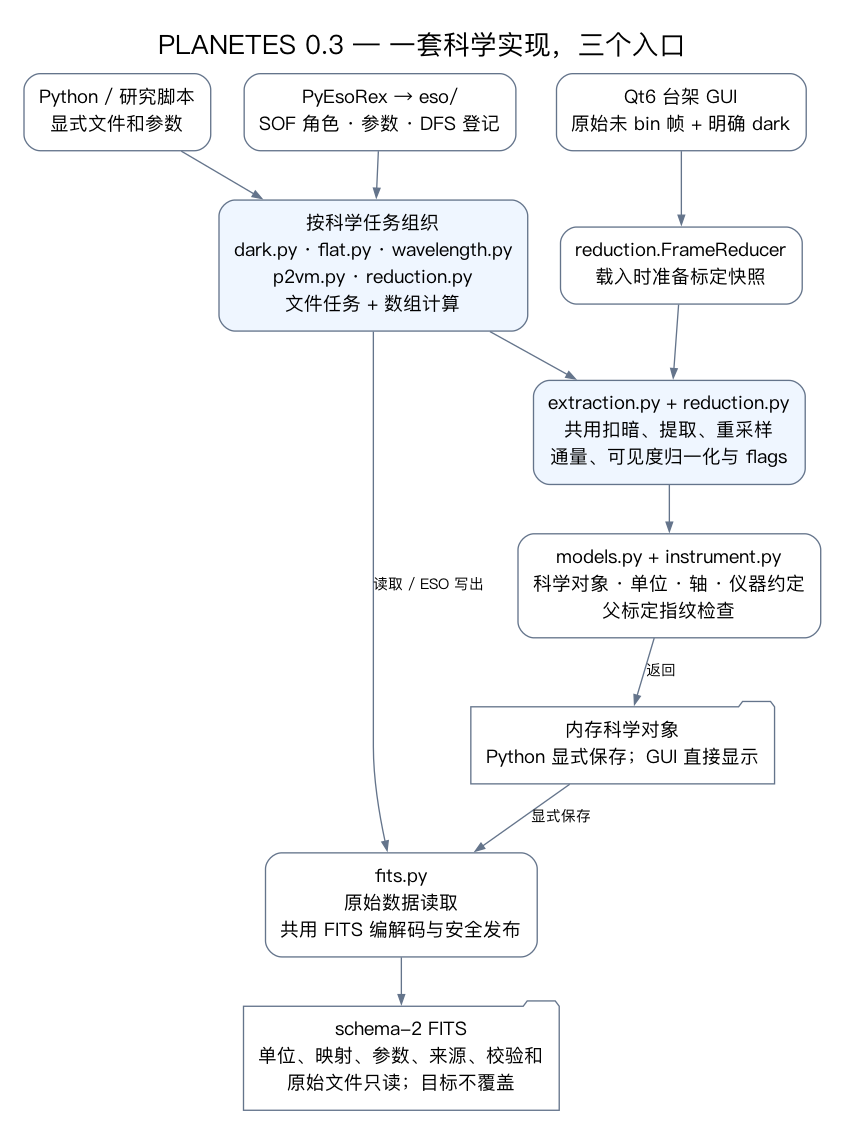
Above: docs/architecture.png in zexwu/planetes_pipe (Graphviz), before the change. Its source is kept beside it as docs/architecture.dot.
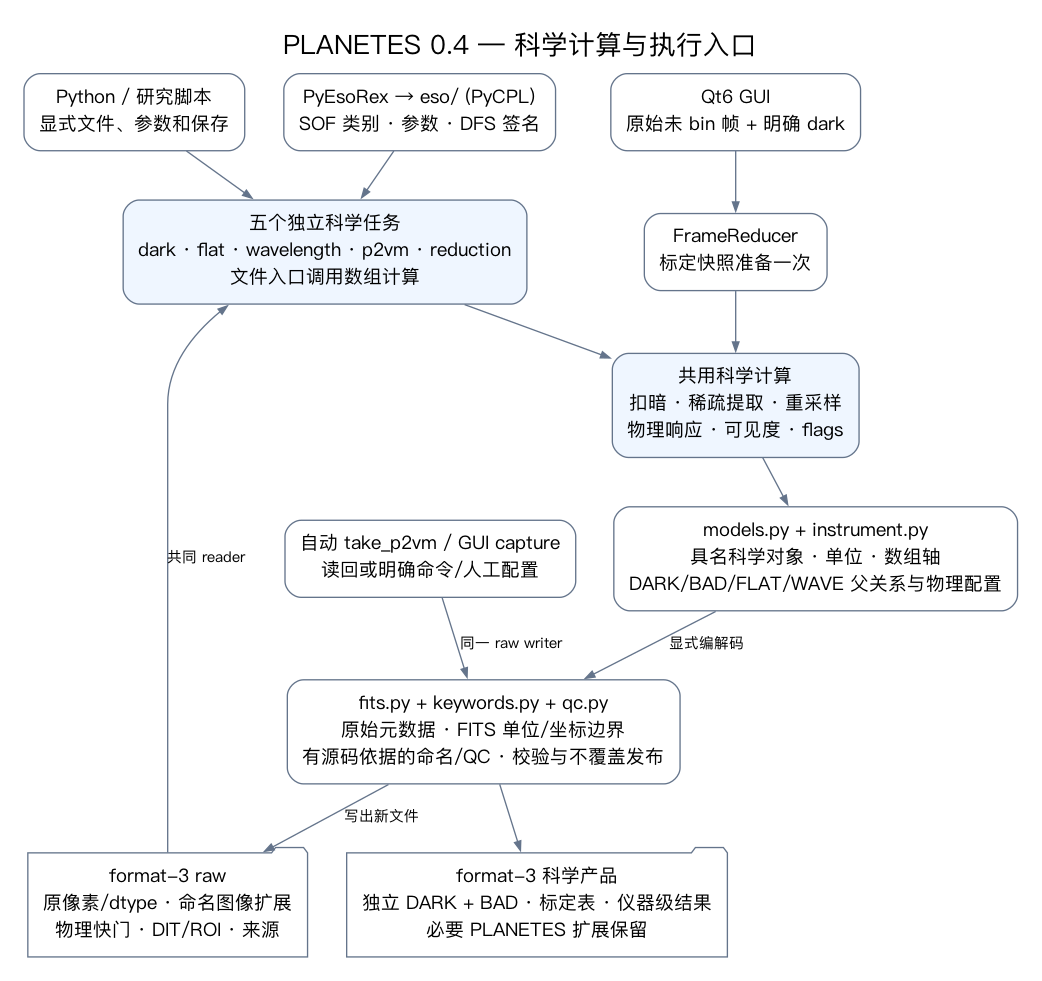
Above is the later version.

Change to the diagram source:
```diff
@@ -1,26 +1,25 @@
 digraph Architecture {
-  graph [rankdir=TB, bgcolor="white", pad=0.25, nodesep=0.35, ranksep=0.5, fontname="PingFang SC", fontsize=20, label="PLANETES 0.3 — 一套科学实现，三个入口", labelloc=t];
+  graph [rankdir=TB, bgcolor="white", pad=0.25, nodesep=0.4, ranksep=0.5, fontname="PingFang SC", fontsize=20, label="PLANETES 0.4 — 科学计算与执行入口", labelloc=t];
   node [shape=box, style="rounded", fontname="PingFang SC", fontsize=14, color="#64748b", margin="0.16,0.12"];
   edge [fontname="PingFang SC", fontsize=11, color="#64748b", arrowsize=0.7];
-  python [label="Python / 研究脚本\n显式文件和参数"];
-  eso [label="PyEsoRex → eso/\nSOF 角色 · 参数 · DFS 登记"];
-  gui [label="Qt6 台架 GUI\n原始未 bin 帧 + 明确 dark"];
-  tasks [label="按科学任务组织\ndark.py · flat.py · wavelength.py\np2vm.py · reduction.py\n文件任务 + 数组计算", style="rounded,filled", fillcolor="#eff6ff"];
-  live [label="reduction.FrameReducer\n载入时准备标定快照"];
-  kernels [label="extraction.py + reduction.py\n共用扣暗、提取、重采样\n通量、可见度归一化与 flags", style="rounded,filled", fillcolor="#eff6ff"];
-  models [label="models.py + instrument.py\n科学对象 · 单位 · 轴 · 仪器约定\n父标定指纹检查"];
-  fits [label="fits.py\n原始数据读取\n共用 FITS 编解码与安全发布"];
-  memory [label="内存科学对象\nPython 显式保存；GUI 直接显示", shape=folder];
-  disk [label="schema-2 FITS\n单位、映射、参数、来源、校验和\n原始文件只读；目标不覆盖", shape=folder];
+  python [label="Python / 研究脚本\n显式文件、参数和保存"];
+  eso [label="PyEsoRex → eso/ (PyCPL)\nSOF 类别 · 参数 · DFS 签名"];
+  gui [label="Qt6 GUI\n原始未 bin 帧 + 明确 dark"];
+  tasks [label="五个独立科学任务\ndark · flat · wavelength · p2vm · reduction\n文件入口调用数组计算", style="rounded,filled", fillcolor="#eff6ff"];
+  live [label="FrameReducer\n标定快照准备一次"];
+  kernels [label="共用科学计算\n扣暗 · 稀疏提取 · 重采样\n物理响应 · 可见度 · flags", style="rounded,filled", fillcolor="#eff6ff"];
+  models [label="models.py + instrument.py\n具名科学对象 · 单位 · 数组轴\nDARK/BAD/FLAT/WAVE 父关系与物理配置"];
+  fits [label="fits.py + keywords.py + qc.py\n原始元数据 · FITS 单位/坐标边界\n有源码依据的命名/QC · 校验与不覆盖发布"];
+  acquisition [label="自动 take_p2vm / GUI capture\n读回或明确命令/人工配置"];
+  raw [label="format-3 raw\n原像素/dtype · 命名图像扩展\n物理快门 · DIT/ROI · 来源", shape=folder];
+  disk [label="format-3 科学产品\n独立 DARK + BAD · 标定表 · 仪器级结果\n必要 PLANETES 扩展保留", shape=folder];
   {rank=same; python; eso; gui;}
-  python -> tasks;
-  eso -> tasks;
-  gui -> live;
-  tasks -> kernels;
-  live -> kernels;
-  tasks -> fits [label="读取 / ESO 写出"];
+  python -> tasks; eso -> tasks; gui -> live;
+  tasks -> kernels; live -> kernels;
   kernels -> models;
-  models -> memory [label="返回"];
-  memory -> fits [label="显式保存"];
+  models -> fits [label="显式编解码"];
   fits -> disk;
+  acquisition -> fits [label="同一 raw writer"];
+  fits -> raw [label="写出新文件"];
+  raw -> tasks [label="共同 reader"];
 }
```
